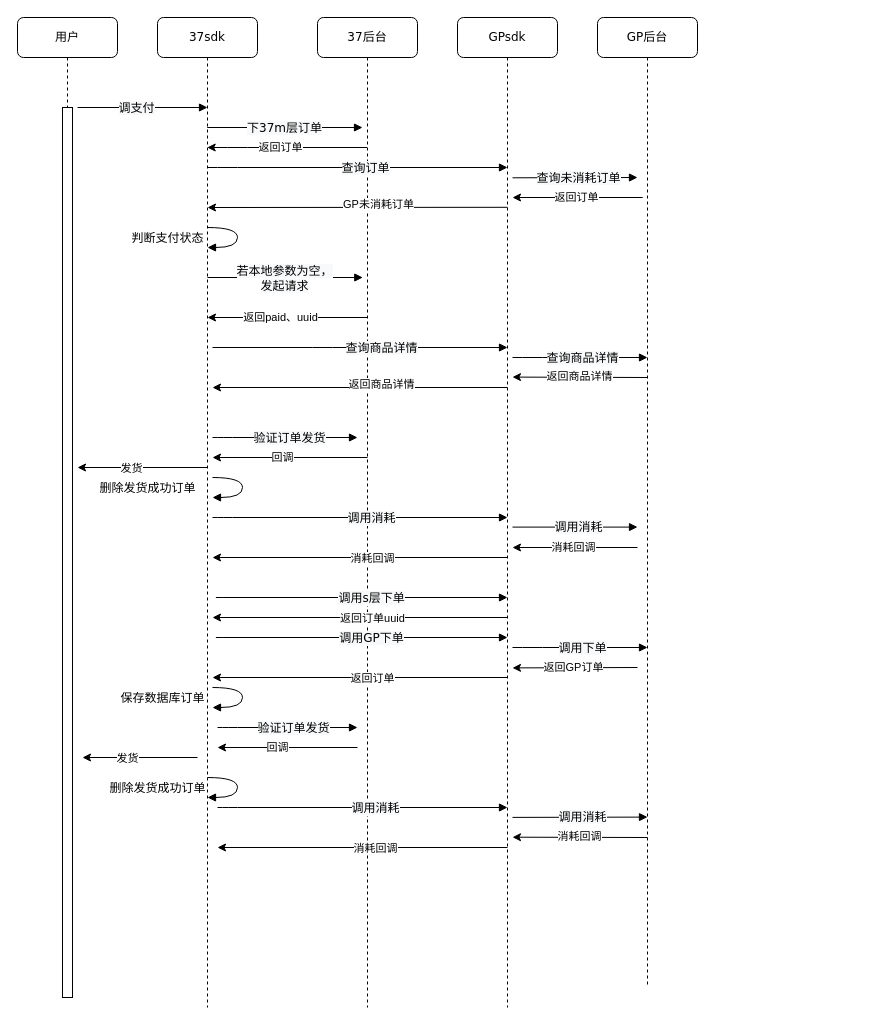
The draw.io diagram page "谷歌支付流程" (1 of 2) of gp_wiki.drawio in fyang21117/app_diagrams, before the edit. Source tidied: cells renumbered, new cells numbered last; positions are measured from the earlier drawing's top-left corner, leaving out a move shared by most shapes. Both pictures are drawn from the tidied source at 100%, with x=0, y=0 at pixel (17, 17).
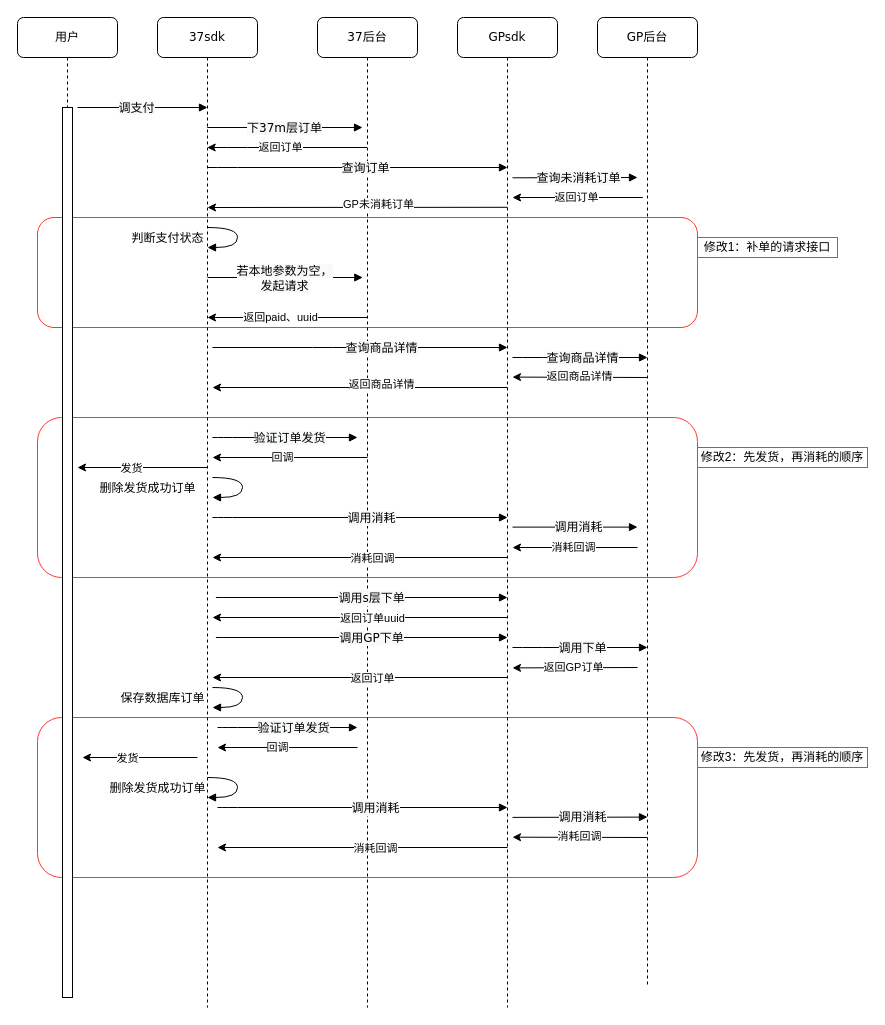
The same diagram, later.

What changed in the source:
```diff
@@
+    <mxCell id="78" style="rounded=1;whiteSpace=wrap;html=1;strokeColor=#FF3333;" parent="1" vertex="1">
+      <mxGeometry x="20" y="700" width="660" height="160" as="geometry" />
+    </mxCell>
+    <mxCell id="79" style="rounded=1;whiteSpace=wrap;html=1;strokeColor=#FF3333;" parent="1" vertex="1">
+      <mxGeometry x="20" y="400" width="660" height="160" as="geometry" />
+    </mxCell>
+    <mxCell id="80" style="rounded=1;whiteSpace=wrap;html=1;strokeColor=#FF3333;" parent="1" vertex="1">
+      <mxGeometry x="20" y="200" width="660" height="110" as="geometry" />
+    </mxCell>
@@
+    <mxCell id="81" value="修改1：补单的请求接口" style="text;html=1;strokeColor=#FF3333;fillColor=none;align=center;verticalAlign=middle;whiteSpace=wrap;rounded=0;" parent="1" vertex="1">
+      <mxGeometry x="680" y="220" width="140" height="20" as="geometry" />
+    </mxCell>
+    <mxCell id="82" value="修改2：先发货，再消耗的顺序" style="text;html=1;strokeColor=#FF3333;fillColor=none;align=center;verticalAlign=middle;whiteSpace=wrap;rounded=0;" parent="1" vertex="1">
+      <mxGeometry x="680" y="430" width="170" height="20" as="geometry" />
+    </mxCell>
+    <mxCell id="83" value="修改3：先发货，再消耗的顺序" style="text;html=1;strokeColor=#FF3333;fillColor=none;align=center;verticalAlign=middle;whiteSpace=wrap;rounded=0;" parent="1" vertex="1">
+      <mxGeometry x="680" y="730" width="170" height="20" as="geometry" />
+    </mxCell>
```
